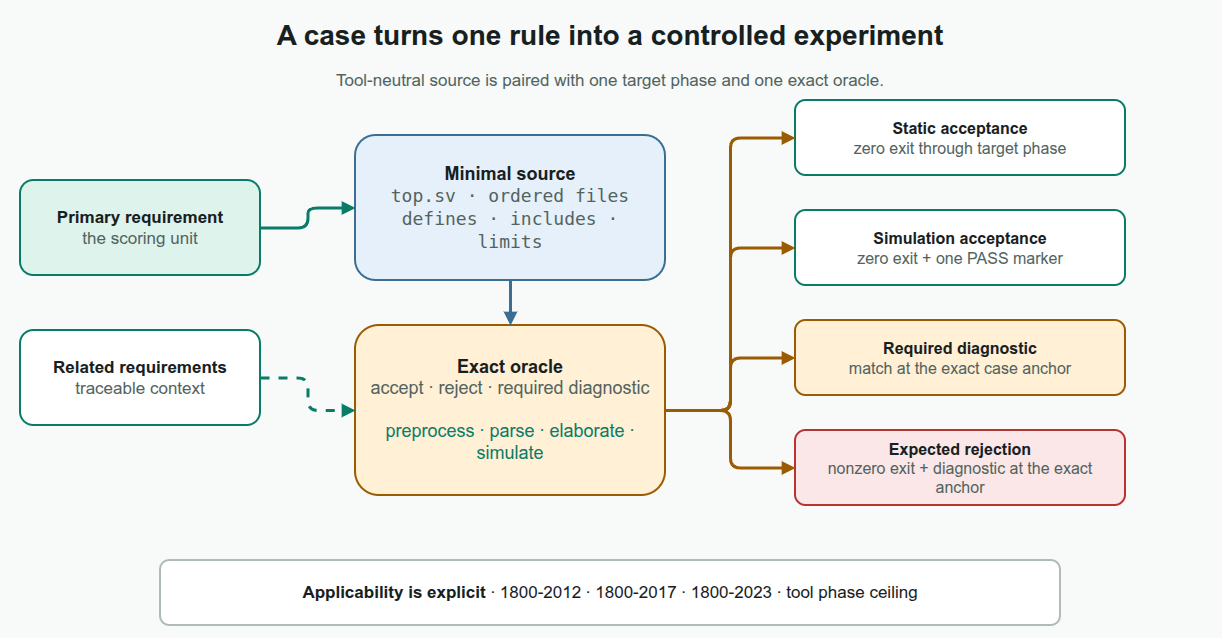
Before: docs/about/assets/executable-cases.drawio.png, a diagram exported from draw.io (kleverhq/svtorture). Source tidied: cells renumbered, new cells last; positions are measured from the earlier drawing's top-left corner, leaving out a move shared by most shapes.
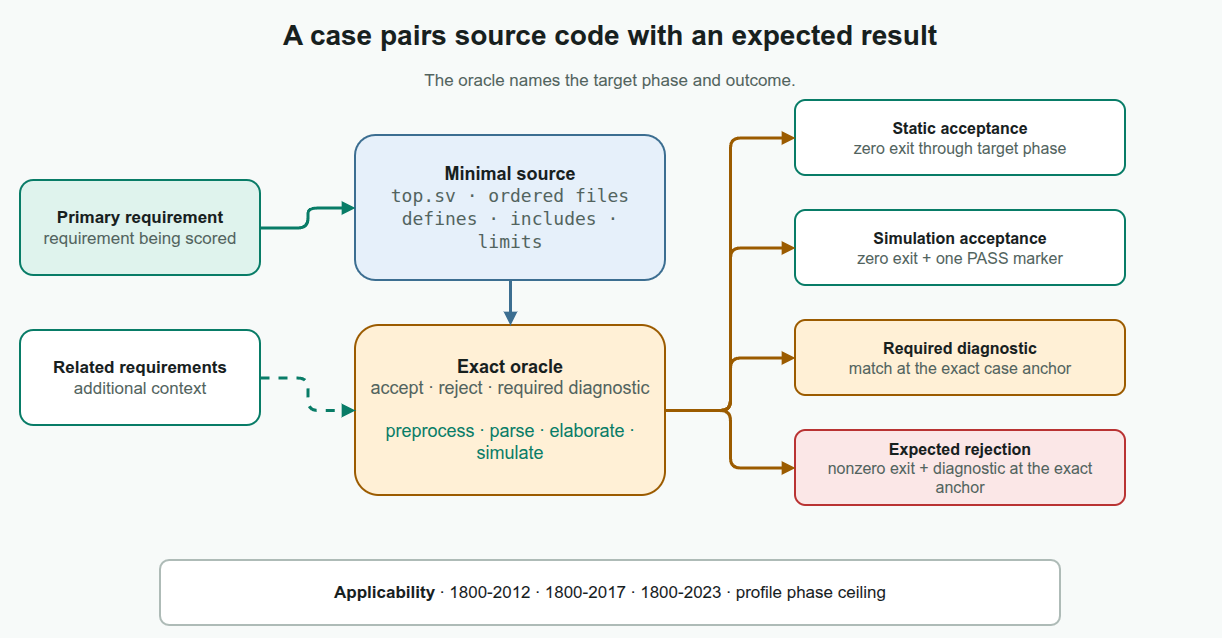
The same file after the commit.

The edit, as a diff of the source:
```diff
@@ -2,16 +2,16 @@
   <root>
     <mxCell id="0" />
     <mxCell id="1" parent="0" />
-    <mxCell id="2" value="A case turns one rule into a controlled experiment" style="rounded=1;whiteSpace=wrap;html=1;arcSize=14;fillColor=none;strokeColor=none;strokeWidth=2;fontColor=#17201E;fontSize=28;fontStyle=1;align=center;verticalAlign=middle;spacing=10;rounded=0;spacing=0;verticalAlign=middle;" parent="1" vertex="1">
+    <mxCell id="2" value="A case pairs source code with an expected result" style="rounded=1;whiteSpace=wrap;html=1;arcSize=14;fillColor=none;strokeColor=none;strokeWidth=2;fontColor=#17201E;fontSize=28;fontStyle=1;align=center;verticalAlign=middle;spacing=10;rounded=0;spacing=0;verticalAlign=middle;" parent="1" vertex="1">
       <mxGeometry width="1200" height="50" as="geometry" />
     </mxCell>
-    <mxCell id="3" value="Tool-neutral source is paired with one target phase and one exact oracle." style="rounded=1;whiteSpace=wrap;html=1;arcSize=14;fillColor=none;strokeColor=none;strokeWidth=2;fontColor=#52635E;fontSize=17;fontStyle=0;align=center;verticalAlign=middle;spacing=10;rounded=0;spacing=0;verticalAlign=middle;" parent="1" vertex="1">
+    <mxCell id="3" value="The oracle names the target phase and outcome." style="rounded=1;whiteSpace=wrap;html=1;arcSize=14;fillColor=none;strokeColor=none;strokeWidth=2;fontColor=#52635E;fontSize=17;fontStyle=0;align=center;verticalAlign=middle;spacing=10;rounded=0;spacing=0;verticalAlign=middle;" parent="1" vertex="1">
       <mxGeometry x="60" y="53" width="1080" height="35" as="geometry" />
     </mxCell>
-    <mxCell id="4" value="&lt;b&gt;Primary requirement&lt;/b&gt;&lt;br&gt;&lt;font color=&quot;#52635E&quot;&gt;the scoring unit&lt;/font&gt;" style="rounded=1;whiteSpace=wrap;html=1;arcSize=14;fillColor=#DFF3ED;strokeColor=#087C67;strokeWidth=2;fontColor=#17201E;fontSize=17;fontStyle=0;align=center;verticalAlign=middle;spacing=10;" parent="1" vertex="1">
+    <mxCell id="4" value="&lt;b&gt;Primary requirement&lt;/b&gt;&lt;br&gt;&lt;font color=&quot;#52635E&quot;&gt;requirement being scored&lt;/font&gt;" style="rounded=1;whiteSpace=wrap;html=1;arcSize=14;fillColor=#DFF3ED;strokeColor=#087C67;strokeWidth=2;fontColor=#17201E;fontSize=17;fontStyle=0;align=center;verticalAlign=middle;spacing=10;" parent="1" vertex="1">
       <mxGeometry x="10" y="170" width="240" height="95" as="geometry" />
     </mxCell>
-    <mxCell id="5" value="&lt;b&gt;Related requirements&lt;/b&gt;&lt;br&gt;&lt;font color=&quot;#52635E&quot;&gt;traceable context&lt;/font&gt;" style="rounded=1;whiteSpace=wrap;html=1;arcSize=14;fillColor=#FFFFFF;strokeColor=#087C67;strokeWidth=2;fontColor=#17201E;fontSize=17;fontStyle=0;align=center;verticalAlign=middle;spacing=10;" parent="1" vertex="1">
+    <mxCell id="5" value="&lt;b&gt;Related requirements&lt;/b&gt;&lt;br&gt;&lt;font color=&quot;#52635E&quot;&gt;additional context&lt;/font&gt;" style="rounded=1;whiteSpace=wrap;html=1;arcSize=14;fillColor=#FFFFFF;strokeColor=#087C67;strokeWidth=2;fontColor=#17201E;fontSize=17;fontStyle=0;align=center;verticalAlign=middle;spacing=10;" parent="1" vertex="1">
       <mxGeometry x="10" y="320" width="240" height="95" as="geometry" />
     </mxCell>
     <mxCell id="6" value="&lt;b&gt;Minimal source&lt;/b&gt;&lt;br&gt;&lt;font face=&quot;monospace&quot; color=&quot;#52635E&quot;&gt;top.sv · ordered files&lt;br&gt;defines · includes · limits&lt;/font&gt;" style="rounded=1;whiteSpace=wrap;html=1;arcSize=14;fillColor=#E6F0FA;strokeColor=#3C6E91;strokeWidth=2;fontColor=#17201E;fontSize=18;fontStyle=0;align=center;verticalAlign=middle;spacing=10;" parent="1" vertex="1">
@@ -53,7 +53,7 @@
     <mxCell id="18" style="edgeStyle=orthogonalEdgeStyle;rounded=1;jettySize=auto;html=1;strokeColor=#9B5B00;strokeWidth=3;endArrow=block;endFill=1;exitX=1;exitY=0.5;entryX=0;entryY=0.5;dashed=0;" parent="1" edge="1" source="7" target="11">
       <mxGeometry relative="1" as="geometry" />
     </mxCell>
-    <mxCell id="19" value="&lt;b&gt;Applicability is explicit&lt;/b&gt;  ·  1800-2012  ·  1800-2017  ·  1800-2023  ·  tool phase ceiling" style="rounded=1;whiteSpace=wrap;html=1;arcSize=14;fillColor=#FFFFFF;strokeColor=#AEBBB7;strokeWidth=2;fontColor=#17201E;fontSize=17;fontStyle=0;align=center;verticalAlign=middle;spacing=10;" parent="1" vertex="1">
+    <mxCell id="19" value="&lt;b&gt;Applicability&lt;/b&gt;  ·  1800-2012  ·  1800-2017  ·  1800-2023  ·  profile phase ceiling" style="rounded=1;whiteSpace=wrap;html=1;arcSize=14;fillColor=#FFFFFF;strokeColor=#AEBBB7;strokeWidth=2;fontColor=#17201E;fontSize=17;fontStyle=0;align=center;verticalAlign=middle;spacing=10;" parent="1" vertex="1">
       <mxGeometry x="150" y="550" width="900" height="65" as="geometry" />
     </mxCell>
   </root>
```
